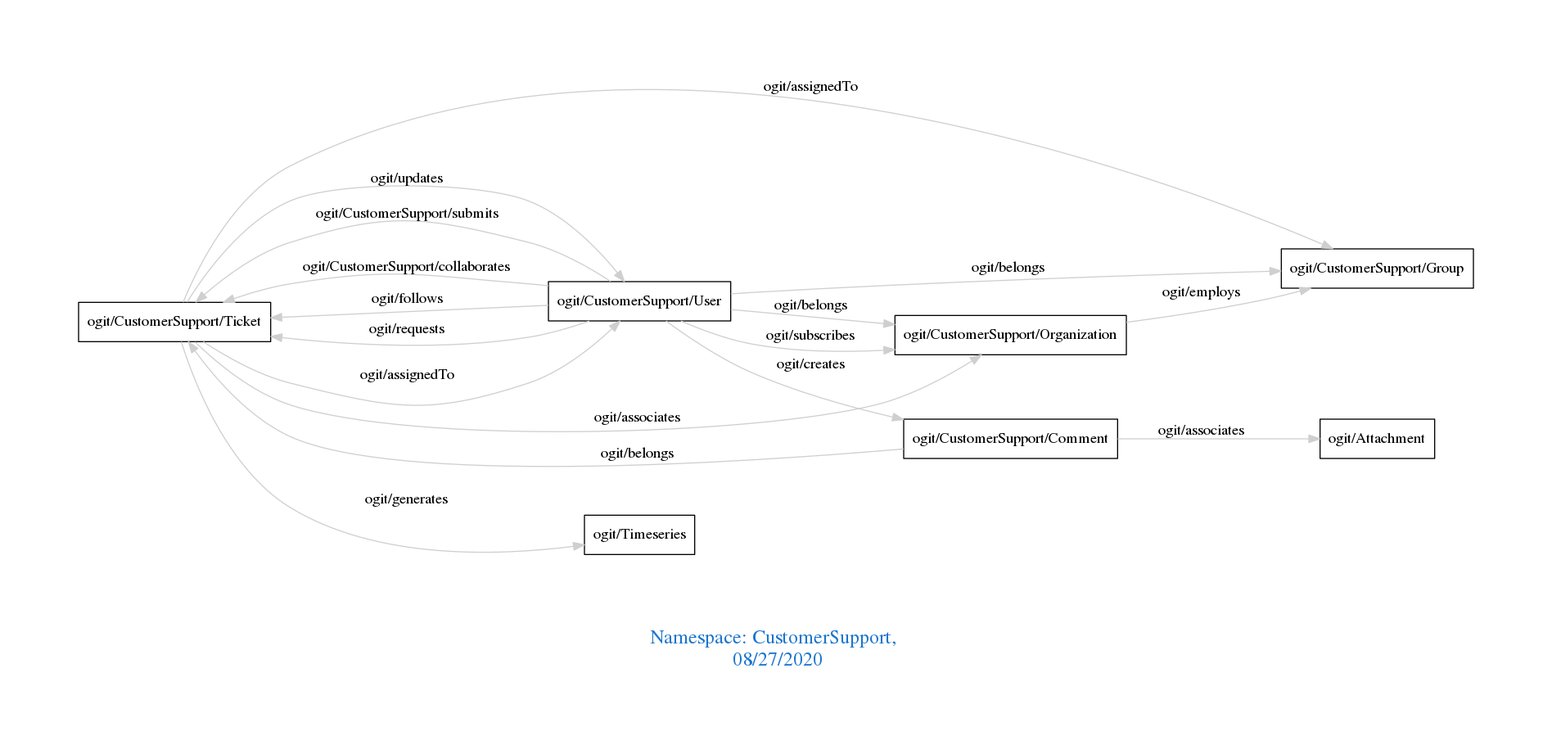
Before: downloads/CustomerSupport.png, a diagram exported from Graphviz (arago/OGIT). Its source is kept beside it as downloads/CustomerSupport.dot.
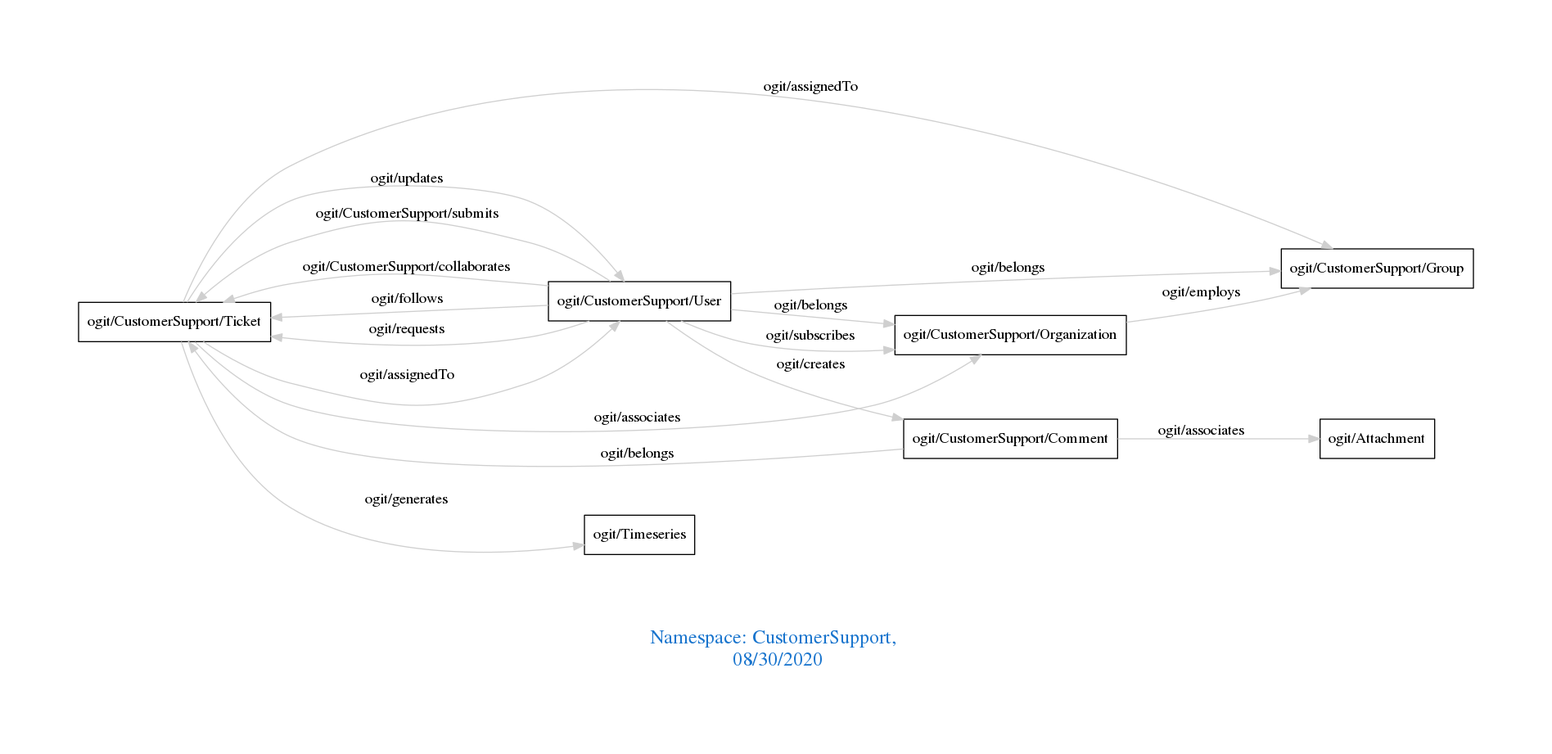
The same file after the commit.

What changed in the source:
```diff
@@ -1,7 +1,7 @@
 digraph OGIT_ontology {
  graph [ rankdir= LR,pad=1
 fontsize = 18,
-fontcolor= dodgerblue3,label = "\n\n\nNamespace: CustomerSupport, \n 08/27/2020"];
+fontcolor= dodgerblue3,label = "\n\n\nNamespace: CustomerSupport, \n 08/30/2020"];
 node[shape=polygon];
 edge [  color="gray81"];
 
```
